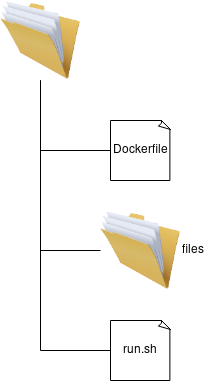
Above: static/image/container-development-structure.png in onichandame/onichandame.github.io (draw.io), before the change. Source tidied: cells renumbered, new cells last; positions are measured from the earlier drawing's top-left corner, leaving out a move shared by most shapes. The source it was exported from:
```xml
<mxGraphModel>
  <root>
    <mxCell id="0" />
    <mxCell id="1" parent="0" />
    <mxCell id="2" style="edgeStyle=orthogonalEdgeStyle;rounded=0;jettySize=auto;html=1;exitX=0.5;exitY=1;exitDx=0;exitDy=0;entryX=0;entryY=0.5;entryDx=0;entryDy=0;entryPerimeter=0;endArrow=none;endFill=0;" parent="1" edge="1" source="5" target="6">
      <mxGeometry relative="1" as="geometry" />
    </mxCell>
    <mxCell id="3" style="edgeStyle=orthogonalEdgeStyle;rounded=0;jettySize=auto;html=1;exitX=0.5;exitY=1;exitDx=0;exitDy=0;endArrow=none;endFill=0;entryX=0;entryY=0.5;entryDx=0;entryDy=0;" parent="1" edge="1" source="5" target="7">
      <mxGeometry relative="1" as="geometry" />
    </mxCell>
    <mxCell id="4" style="edgeStyle=orthogonalEdgeStyle;rounded=0;jettySize=auto;html=1;exitX=0.5;exitY=1;exitDx=0;exitDy=0;entryX=0;entryY=0.5;entryDx=0;entryDy=0;entryPerimeter=0;endArrow=none;endFill=0;" parent="1" edge="1" source="5" target="8">
      <mxGeometry relative="1" as="geometry" />
    </mxCell>
    <mxCell id="5" style="image;html=1;labelBackgroundColor=#ffffff;image=img/lib/clip_art/general/Full_Folder_128x128.png;" parent="1" vertex="1">
      <mxGeometry width="80" height="80" as="geometry" />
    </mxCell>
    <mxCell id="6" value="Dockerfile" style="whiteSpace=wrap;html=1;shape=mxgraph.basic.document;" parent="1" vertex="1">
      <mxGeometry x="110" y="120" width="60" height="60" as="geometry" />
    </mxCell>
    <mxCell id="7" value="files" style="image;html=1;labelBackgroundColor=#ffffff;image=img/lib/clip_art/general/Full_Folder_128x128.png;labelPosition=right;verticalLabelPosition=middle;align=left;verticalAlign=middle;" parent="1" vertex="1">
      <mxGeometry x="100" y="210" width="80" height="80" as="geometry" />
    </mxCell>
    <mxCell id="8" value="run.sh" style="whiteSpace=wrap;html=1;shape=mxgraph.basic.document;" parent="1" vertex="1">
      <mxGeometry x="110" y="320" width="60" height="60" as="geometry" />
    </mxCell>
  </root>
</mxGraphModel>
```
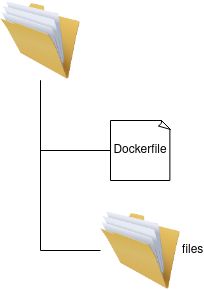
After the commit.

Diff of the diagram source:
```diff
@@ -8,9 +8,6 @@
     <mxCell id="3" style="edgeStyle=orthogonalEdgeStyle;rounded=0;jettySize=auto;html=1;exitX=0.5;exitY=1;exitDx=0;exitDy=0;endArrow=none;endFill=0;entryX=0;entryY=0.5;entryDx=0;entryDy=0;" parent="1" edge="1" source="5" target="7">
       <mxGeometry relative="1" as="geometry" />
     </mxCell>
-    <mxCell id="4" style="edgeStyle=orthogonalEdgeStyle;rounded=0;jettySize=auto;html=1;exitX=0.5;exitY=1;exitDx=0;exitDy=0;entryX=0;entryY=0.5;entryDx=0;entryDy=0;entryPerimeter=0;endArrow=none;endFill=0;" parent="1" edge="1" source="5" target="8">
-      <mxGeometry relative="1" as="geometry" />
-    </mxCell>
     <mxCell id="5" style="image;html=1;labelBackgroundColor=#ffffff;image=img/lib/clip_art/general/Full_Folder_128x128.png;" parent="1" vertex="1">
       <mxGeometry width="80" height="80" as="geometry" />
     </mxCell>
@@ -20,8 +17,5 @@
     <mxCell id="7" value="files" style="image;html=1;labelBackgroundColor=#ffffff;image=img/lib/clip_art/general/Full_Folder_128x128.png;labelPosition=right;verticalLabelPosition=middle;align=left;verticalAlign=middle;" parent="1" vertex="1">
       <mxGeometry x="100" y="210" width="80" height="80" as="geometry" />
     </mxCell>
-    <mxCell id="8" value="run.sh" style="whiteSpace=wrap;html=1;shape=mxgraph.basic.document;" parent="1" vertex="1">
-      <mxGeometry x="110" y="320" width="60" height="60" as="geometry" />
-    </mxCell>
   </root>
 </mxGraphModel>
```
